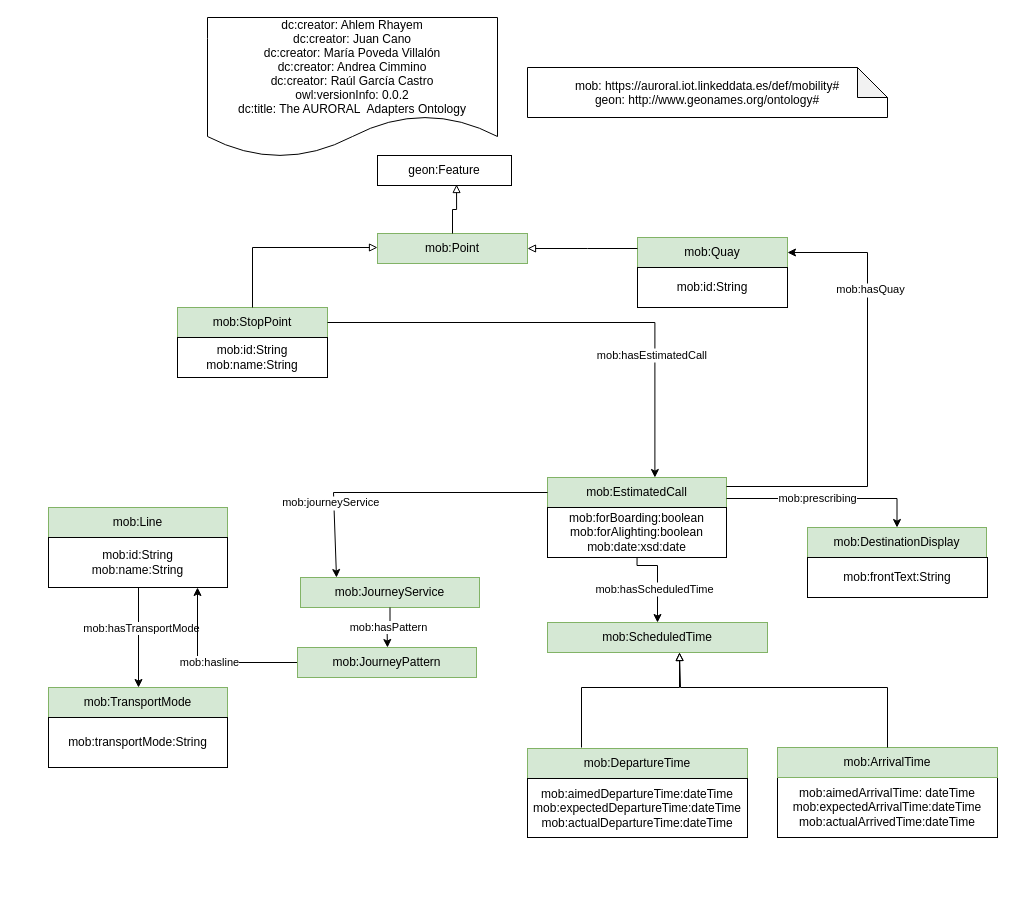
Above: Diagram/mobility.drawio in oeg-upm/auroral-mobility-Ontology (draw.io), before the change. Source tidied: cells renumbered, new cells numbered last; positions are measured from the earlier drawing's top-left corner, leaving out a move shared by most shapes. Both pictures are drawn from the tidied source at 100%, with x=0, y=0 at pixel (48, 17).
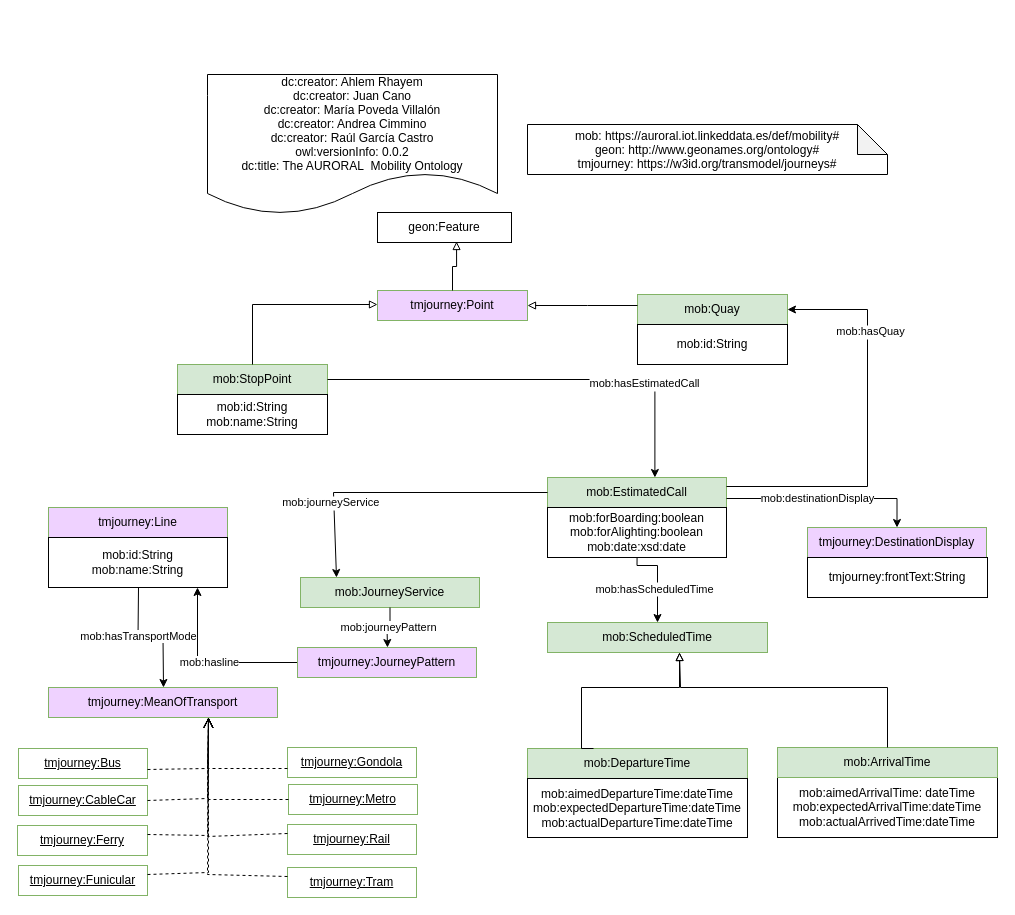
Above is the later version.

The change refers to these unchanged cells:
```xml
<mxCell id="4" value="mob:EstimatedCall" style="rounded=0;whiteSpace=wrap;html=1;snapToPoint=1;points=[[0.1,0],[0.2,0],[0.3,0],[0.4,0],[0.5,0],[0.6,0],[0.7,0],[0.8,0],[0.9,0],[0,0.1],[0,0.3],[0,0.5],[0,0.7],[0,0.9],[0.1,1],[0.2,1],[0.3,1],[0.4,1],[0.5,1],[0.6,1],[0.7,1],[0.8,1],[0.9,1],[1,0.1],[1,0.3],[1,0.5],[1,0.7],[1,0.9]];fillColor=#d5e8d4;strokeColor=#82b366;" parent="1" vertex="1">
  <mxGeometry x="499" y="460" width="179" height="30" as="geometry" />
</mxCell>
<mxCell id="8" value="mob:ScheduledTime" style="rounded=0;whiteSpace=wrap;html=1;snapToPoint=1;points=[[0.1,0],[0.2,0],[0.3,0],[0.4,0],[0.5,0],[0.6,0],[0.7,0],[0.8,0],[0.9,0],[0,0.1],[0,0.3],[0,0.5],[0,0.7],[0,0.9],[0.1,1],[0.2,1],[0.3,1],[0.4,1],[0.5,1],[0.6,1],[0.7,1],[0.8,1],[0.9,1],[1,0.1],[1,0.3],[1,0.5],[1,0.7],[1,0.9]];fillColor=#d5e8d4;strokeColor=#82b366;" parent="1" vertex="1">
  <mxGeometry x="499" y="605" width="220" height="30" as="geometry" />
</mxCell>
<mxCell id="19" style="edgeStyle=orthogonalEdgeStyle;rounded=0;jettySize=auto;html=1;entryX=0.5;entryY=0;entryDx=0;entryDy=0;exitX=1;exitY=0.7;exitDx=0;exitDy=0;" parent="1" edge="1" source="4" target="33">
  <mxGeometry relative="1" as="geometry">
    <Array as="points">
      <mxPoint x="849" y="481" />
    </Array>
  </mxGeometry>
</mxCell>
<mxCell id="32" value="mob:JourneyService" style="rounded=0;whiteSpace=wrap;html=1;snapToPoint=1;points=[[0.1,0],[0.2,0],[0.3,0],[0.4,0],[0.5,0],[0.6,0],[0.7,0],[0.8,0],[0.9,0],[0,0.1],[0,0.3],[0,0.5],[0,0.7],[0,0.9],[0.1,1],[0.2,1],[0.3,1],[0.4,1],[0.5,1],[0.6,1],[0.7,1],[0.8,1],[0.9,1],[1,0.1],[1,0.3],[1,0.5],[1,0.7],[1,0.9]];fillColor=#d5e8d4;strokeColor=#82b366;" parent="1" vertex="1">
  <mxGeometry x="252" y="560" width="179" height="30" as="geometry" />
</mxCell>
<mxCell id="39" value="mob:DepartureTime" style="rounded=0;whiteSpace=wrap;html=1;snapToPoint=1;points=[[0.1,0],[0.2,0],[0.3,0],[0.4,0],[0.5,0],[0.6,0],[0.7,0],[0.8,0],[0.9,0],[0,0.1],[0,0.3],[0,0.5],[0,0.7],[0,0.9],[0.1,1],[0.2,1],[0.3,1],[0.4,1],[0.5,1],[0.6,1],[0.7,1],[0.8,1],[0.9,1],[1,0.1],[1,0.3],[1,0.5],[1,0.7],[1,0.9]];fillColor=#d5e8d4;strokeColor=#82b366;" parent="1" vertex="1">
  <mxGeometry x="479" y="731" width="220" height="30" as="geometry" />
</mxCell>
```

Change to the diagram source:
```diff
@@
-    <mxCell id="2" value="dc:creator: Ahlem Rhayem&#10;dc:creator: Juan Cano&#10;dc:creator: María Poveda Villalón&#10;dc:creator: Andrea Cimmino&#10;dc:creator: Raúl García Castro&#10;owl:versionInfo: 0.0.2&#10;dc:title: The AURORAL  Adapters Ontology" style="shape=document;boundedLbl=1;" parent="1" vertex="1">
-      <mxGeometry x="159" width="290" height="140" as="geometry" />
+    <mxCell id="2" value="dc:creator: Ahlem Rhayem&#10;dc:creator: Juan Cano&#10;dc:creator: María Poveda Villalón&#10;dc:creator: Andrea Cimmino&#10;dc:creator: Raúl García Castro&#10;owl:versionInfo: 0.0.2&#10;dc:title: The AURORAL  Mobility Ontology" style="shape=document;boundedLbl=1;" parent="1" vertex="1">
+      <mxGeometry x="159" y="57" width="290" height="140" as="geometry" />
     </mxCell>
-    <mxCell id="3" value="&#10;mob: https://auroral.iot.linkeddata.es/def/mobility#&#10;geon: http://www.geonames.org/ontology#&#10;" style="shape=note;backgroundOutline=1;darkOpacity=0.05;" parent="1" vertex="1">
-      <mxGeometry x="479" y="50" width="360" height="50" as="geometry" />
+    <mxCell id="3" value="&#10;mob: https://auroral.iot.linkeddata.es/def/mobility#&#10;geon: http://www.geonames.org/ontology#&#10;tmjourney: https://w3id.org/transmodel/journeys#&#10;" style="shape=note;backgroundOutline=1;darkOpacity=0.05;" parent="1" vertex="1">
+      <mxGeometry x="479" y="107" width="360" height="50" as="geometry" />
     </mxCell>
@@
     <mxCell id="5" value="mob:StopPoint" style="rounded=0;whiteSpace=wrap;html=1;fillColor=#d5e8d4;strokeColor=#82b366;" parent="1" vertex="1">
-      <mxGeometry x="129" y="290" width="150" height="30" as="geometry" />
+      <mxGeometry x="129" y="347" width="150" height="30" as="geometry" />
     </mxCell>
     <mxCell id="6" value="mob:id:String&lt;br&gt;mob:name:String" style="rounded=0;whiteSpace=wrap;html=1;" parent="1" vertex="1">
-      <mxGeometry x="129" y="320" width="150" height="40" as="geometry" />
+      <mxGeometry x="129" y="377" width="150" height="40" as="geometry" />
     </mxCell>
     <mxCell id="7" value="geon:Feature" style="rounded=0;whiteSpace=wrap;html=1;" parent="1" vertex="1">
-      <mxGeometry x="329" y="138" width="134" height="30" as="geometry" />
+      <mxGeometry x="329" y="195" width="134" height="30" as="geometry" />
     </mxCell>
@@
-    <mxCell id="12" value="mob:Line" style="rounded=0;whiteSpace=wrap;html=1;fillColor=#d5e8d4;strokeColor=#82b366;" parent="1" vertex="1">
+    <mxCell id="12" value="tmjourney:Line" style="rounded=0;whiteSpace=wrap;html=1;fillColor=#EFD2FF;strokeColor=#82b366;" parent="1" vertex="1">
       <mxGeometry y="490" width="179" height="30" as="geometry" />
     </mxCell>
@@
-    <mxCell id="17" value="mob:JourneyPattern" style="rounded=0;whiteSpace=wrap;html=1;snapToPoint=1;points=[[0.1,0],[0.2,0],[0.3,0],[0.4,0],[0.5,0],[0.6,0],[0.7,0],[0.8,0],[0.9,0],[0,0.1],[0,0.3],[0,0.5],[0,0.7],[0,0.9],[0.1,1],[0.2,1],[0.3,1],[0.4,1],[0.5,1],[0.6,1],[0.7,1],[0.8,1],[0.9,1],[1,0.1],[1,0.3],[1,0.5],[1,0.7],[1,0.9]];fillColor=#d5e8d4;strokeColor=#82b366;" parent="1" vertex="1">
+    <mxCell id="17" value="tmjourney:JourneyPattern" style="rounded=0;whiteSpace=wrap;html=1;snapToPoint=1;points=[[0.1,0],[0.2,0],[0.3,0],[0.4,0],[0.5,0],[0.6,0],[0.7,0],[0.8,0],[0.9,0],[0,0.1],[0,0.3],[0,0.5],[0,0.7],[0,0.9],[0.1,1],[0.2,1],[0.3,1],[0.4,1],[0.5,1],[0.6,1],[0.7,1],[0.8,1],[0.9,1],[1,0.1],[1,0.3],[1,0.5],[1,0.7],[1,0.9]];fillColor=#EFD2FF;strokeColor=#82b366;" parent="1" vertex="1">
       <mxGeometry x="249" y="630" width="179" height="30" as="geometry" />
     </mxCell>
@@
-    <mxCell id="20" value="mob:prescribing" style="edgeLabel;html=1;align=center;verticalAlign=middle;" parent="19" vertex="1">
+    <mxCell id="20" value="mob:destinationDisplay" style="edgeLabel;html=1;align=center;verticalAlign=middle;" parent="19" vertex="1">
       <mxGeometry x="-0.1" y="1" relative="1" as="geometry" />
     </mxCell>
-    <mxCell id="21" value="mob:Point" style="rounded=0;whiteSpace=wrap;html=1;fillColor=#d5e8d4;strokeColor=#82b366;" parent="1" vertex="1">
-      <mxGeometry x="329" y="216" width="150" height="30" as="geometry" />
+    <mxCell id="21" value="tmjourney:Point" style="rounded=0;whiteSpace=wrap;html=1;fillColor=#EFD2FF;strokeColor=#82b366;" parent="1" vertex="1">
+      <mxGeometry x="329" y="273" width="150" height="30" as="geometry" />
     </mxCell>
     <mxCell id="22" value="mob:Quay" style="rounded=0;whiteSpace=wrap;html=1;fillColor=#d5e8d4;strokeColor=#82b366;" parent="1" vertex="1">
-      <mxGeometry x="589" y="220" width="150" height="30" as="geometry" />
+      <mxGeometry x="589" y="277" width="150" height="30" as="geometry" />
     </mxCell>
     <mxCell id="23" style="edgeStyle=orthogonalEdgeStyle;rounded=0;jettySize=auto;html=1;fontSize=11;endArrow=block;endFill=0;" parent="1" edge="1" source="5" target="21">
       <mxGeometry relative="1" as="geometry">
         <Array as="points">
-          <mxPoint x="380" y="230" />
-          <mxPoint x="380" y="230" />
+          <mxPoint x="380" y="287" />
+          <mxPoint x="380" y="287" />
         </Array>
       </mxGeometry>
     </mxCell>
     <mxCell id="24" style="edgeStyle=orthogonalEdgeStyle;rounded=0;jettySize=auto;html=1;fontSize=11;endArrow=block;endFill=0;" parent="1" edge="1" source="22" target="21">
       <mxGeometry relative="1" as="geometry">
         <Array as="points">
-          <mxPoint x="539" y="231" />
-          <mxPoint x="539" y="231" />
+          <mxPoint x="539" y="288" />
+          <mxPoint x="539" y="288" />
         </Array>
       </mxGeometry>
     </mxCell>
@@
     <mxCell id="26" style="edgeStyle=orthogonalEdgeStyle;rounded=0;jettySize=auto;html=1;fontSize=11;endArrow=classic;endFill=1;entryX=0.6;entryY=0;entryDx=0;entryDy=0;" parent="1" edge="1" source="5" target="4">
       <mxGeometry relative="1" as="geometry">
         <Array as="points">
-          <mxPoint x="606" y="305" />
+          <mxPoint x="606" y="362" />
         </Array>
       </mxGeometry>
     </mxCell>
@@
     <mxCell id="28" style="edgeStyle=orthogonalEdgeStyle;rounded=0;jettySize=auto;html=1;fontSize=11;endArrow=classic;endFill=1;entryX=1;entryY=0.5;entryDx=0;entryDy=0;exitX=1;exitY=0.3;exitDx=0;exitDy=0;" parent="1" edge="1" source="4" target="22">
       <mxGeometry relative="1" as="geometry">
         <Array as="points">
           <mxPoint x="819" y="469" />
-          <mxPoint x="819" y="235" />
+          <mxPoint x="819" y="292" />
         </Array>
       </mxGeometry>
     </mxCell>
@@
-    <mxCell id="33" value="mob:DestinationDisplay" style="rounded=0;whiteSpace=wrap;html=1;snapToPoint=1;points=[[0.1,0],[0.2,0],[0.3,0],[0.4,0],[0.5,0],[0.6,0],[0.7,0],[0.8,0],[0.9,0],[0,0.1],[0,0.3],[0,0.5],[0,0.7],[0,0.9],[0.1,1],[0.2,1],[0.3,1],[0.4,1],[0.5,1],[0.6,1],[0.7,1],[0.8,1],[0.9,1],[1,0.1],[1,0.3],[1,0.5],[1,0.7],[1,0.9]];fillColor=#d5e8d4;strokeColor=#82b366;" parent="1" vertex="1">
+    <mxCell id="33" value="tmjourney:DestinationDisplay" style="rounded=0;whiteSpace=wrap;html=1;snapToPoint=1;points=[[0.1,0],[0.2,0],[0.3,0],[0.4,0],[0.5,0],[0.6,0],[0.7,0],[0.8,0],[0.9,0],[0,0.1],[0,0.3],[0,0.5],[0,0.7],[0,0.9],[0.1,1],[0.2,1],[0.3,1],[0.4,1],[0.5,1],[0.6,1],[0.7,1],[0.8,1],[0.9,1],[1,0.1],[1,0.3],[1,0.5],[1,0.7],[1,0.9]];fillColor=#EFD2FF;strokeColor=#82b366;" parent="1" vertex="1">
       <mxGeometry x="759" y="510" width="179" height="30" as="geometry" />
     </mxCell>
-    <mxCell id="34" value="mob:frontText:String" style="rounded=0;whiteSpace=wrap;html=1;" parent="1" vertex="1">
+    <mxCell id="34" value="tmjourney:frontText:String" style="rounded=0;whiteSpace=wrap;html=1;" parent="1" vertex="1">
       <mxGeometry x="759" y="540" width="180" height="40" as="geometry" />
     </mxCell>
-    <mxCell id="35" value="mob:hasPattern" style="edgeStyle=orthogonalEdgeStyle;rounded=0;jettySize=auto;html=1;exitX=0.5;exitY=1;exitDx=0;exitDy=0;" parent="1" edge="1" source="32" target="17">
+    <mxCell id="35" value="mob:journeyPattern" style="edgeStyle=orthogonalEdgeStyle;rounded=0;jettySize=auto;html=1;exitX=0.5;exitY=1;exitDx=0;exitDy=0;" parent="1" edge="1" source="32" target="17">
       <mxGeometry relative="1" as="geometry" />
     </mxCell>
-    <mxCell id="36" value="mob:TransportMode" style="rounded=0;whiteSpace=wrap;html=1;snapToPoint=1;points=[[0.1,0],[0.2,0],[0.3,0],[0.4,0],[0.5,0],[0.6,0],[0.7,0],[0.8,0],[0.9,0],[0,0.1],[0,0.3],[0,0.5],[0,0.7],[0,0.9],[0.1,1],[0.2,1],[0.3,1],[0.4,1],[0.5,1],[0.6,1],[0.7,1],[0.8,1],[0.9,1],[1,0.1],[1,0.3],[1,0.5],[1,0.7],[1,0.9]];fillColor=#d5e8d4;strokeColor=#82b366;" parent="1" vertex="1">
-      <mxGeometry y="670" width="179" height="30" as="geometry" />
+    <mxCell id="36" value="tmjourney:MeanOfTransport" style="rounded=0;whiteSpace=wrap;html=1;snapToPoint=1;points=[[0.1,0],[0.2,0],[0.3,0],[0.4,0],[0.5,0],[0.6,0],[0.7,0],[0.8,0],[0.9,0],[0,0.1],[0,0.3],[0,0.5],[0,0.7],[0,0.9],[0.1,1],[0.2,1],[0.3,1],[0.4,1],[0.5,1],[0.6,1],[0.7,1],[0.8,1],[0.9,1],[1,0.1],[1,0.3],[1,0.5],[1,0.7],[1,0.9]];fillColor=#EFD2FF;strokeColor=#82b366;" parent="1" vertex="1">
+      <mxGeometry y="670" width="229" height="30" as="geometry" />
     </mxCell>
     <mxCell id="37" value="mob:id:String" style="rounded=0;whiteSpace=wrap;html=1;" parent="1" vertex="1">
-      <mxGeometry x="589" y="250" width="150" height="40" as="geometry" />
+      <mxGeometry x="589" y="307" width="150" height="40" as="geometry" />
     </mxCell>
@@
-    <mxCell id="41" style="edgeStyle=orthogonalEdgeStyle;rounded=0;jettySize=auto;html=1;fontSize=11;endArrow=block;endFill=0;entryX=0.6;entryY=1;entryDx=0;entryDy=0;" parent="1" edge="1" target="8">
+    <mxCell id="41" style="edgeStyle=orthogonalEdgeStyle;rounded=0;jettySize=auto;html=1;fontSize=11;endArrow=block;endFill=0;entryX=0.6;entryY=1;entryDx=0;entryDy=0;exitX=0.3;exitY=0;exitDx=0;exitDy=0;" parent="1" edge="1" source="39" target="8">
       <mxGeometry relative="1" as="geometry">
-        <mxPoint x="533" y="730" as="sourcePoint" />
         <Array as="points">
+          <mxPoint x="533" y="731" />
           <mxPoint x="533" y="670" />
           <mxPoint x="631" y="670" />
         </Array>
       </mxGeometry>
     </mxCell>
@@
-    <mxCell id="43" value="mob:transportMode:String&lt;br&gt;" style="rounded=0;whiteSpace=wrap;html=1;" parent="1" vertex="1">
-      <mxGeometry y="700" width="179" height="50" as="geometry" />
-    </mxCell>
+    <mxCell id="44" value="&lt;u&gt;tmjourney:Bus&lt;/u&gt;" style="rounded=0;whiteSpace=wrap;html=1;snapToPoint=1;points=[[0.1,0],[0.2,0],[0.3,0],[0.4,0],[0.5,0],[0.6,0],[0.7,0],[0.8,0],[0.9,0],[0,0.1],[0,0.3],[0,0.5],[0,0.7],[0,0.9],[0.1,1],[0.2,1],[0.3,1],[0.4,1],[0.5,1],[0.6,1],[0.7,1],[0.8,1],[0.9,1],[1,0.1],[1,0.3],[1,0.5],[1,0.7],[1,0.9]];fillColor=#FFFFFF;strokeColor=#82b366;" parent="1" vertex="1">
+      <mxGeometry x="-30" y="731" width="129" height="30" as="geometry" />
+    </mxCell>
+    <mxCell id="45" value="&lt;u&gt;tmjourney:CableCar&lt;/u&gt;" style="rounded=0;whiteSpace=wrap;html=1;snapToPoint=1;points=[[0.1,0],[0.2,0],[0.3,0],[0.4,0],[0.5,0],[0.6,0],[0.7,0],[0.8,0],[0.9,0],[0,0.1],[0,0.3],[0,0.5],[0,0.7],[0,0.9],[0.1,1],[0.2,1],[0.3,1],[0.4,1],[0.5,1],[0.6,1],[0.7,1],[0.8,1],[0.9,1],[1,0.1],[1,0.3],[1,0.5],[1,0.7],[1,0.9]];fillColor=#FFFFFF;strokeColor=#82b366;" parent="1" vertex="1">
+      <mxGeometry x="-30" y="768" width="129" height="30" as="geometry" />
+    </mxCell>
+    <mxCell id="46" value="&lt;u&gt;tmjourney:Ferry&lt;/u&gt;" style="rounded=0;whiteSpace=wrap;html=1;snapToPoint=1;points=[[0.1,0],[0.2,0],[0.3,0],[0.4,0],[0.5,0],[0.6,0],[0.7,0],[0.8,0],[0.9,0],[0,0.1],[0,0.3],[0,0.5],[0,0.7],[0,0.9],[0.1,1],[0.2,1],[0.3,1],[0.4,1],[0.5,1],[0.6,1],[0.7,1],[0.8,1],[0.9,1],[1,0.1],[1,0.3],[1,0.5],[1,0.7],[1,0.9]];fillColor=#FFFFFF;strokeColor=#82b366;" parent="1" vertex="1">
+      <mxGeometry x="-31" y="808" width="130" height="30" as="geometry" />
+    </mxCell>
+    <mxCell id="47" value="&lt;u&gt;tmjourney:Funicular&lt;/u&gt;" style="rounded=0;whiteSpace=wrap;html=1;snapToPoint=1;points=[[0.1,0],[0.2,0],[0.3,0],[0.4,0],[0.5,0],[0.6,0],[0.7,0],[0.8,0],[0.9,0],[0,0.1],[0,0.3],[0,0.5],[0,0.7],[0,0.9],[0.1,1],[0.2,1],[0.3,1],[0.4,1],[0.5,1],[0.6,1],[0.7,1],[0.8,1],[0.9,1],[1,0.1],[1,0.3],[1,0.5],[1,0.7],[1,0.9]];fillColor=#FFFFFF;strokeColor=#82b366;" parent="1" vertex="1">
+      <mxGeometry x="-30" y="848" width="129" height="30" as="geometry" />
+    </mxCell>
+    <mxCell id="48" value="&lt;u&gt;tmjourney:Gondola&lt;/u&gt;" style="rounded=0;whiteSpace=wrap;html=1;snapToPoint=1;points=[[0.1,0],[0.2,0],[0.3,0],[0.4,0],[0.5,0],[0.6,0],[0.7,0],[0.8,0],[0.9,0],[0,0.1],[0,0.3],[0,0.5],[0,0.7],[0,0.9],[0.1,1],[0.2,1],[0.3,1],[0.4,1],[0.5,1],[0.6,1],[0.7,1],[0.8,1],[0.9,1],[1,0.1],[1,0.3],[1,0.5],[1,0.7],[1,0.9]];fillColor=#FFFFFF;strokeColor=#82b366;" parent="1" vertex="1">
+      <mxGeometry x="239" y="730" width="129" height="30" as="geometry" />
+    </mxCell>
+    <mxCell id="49" value="&lt;u&gt;tmjourney:Metro&lt;/u&gt;" style="rounded=0;whiteSpace=wrap;html=1;snapToPoint=1;points=[[0.1,0],[0.2,0],[0.3,0],[0.4,0],[0.5,0],[0.6,0],[0.7,0],[0.8,0],[0.9,0],[0,0.1],[0,0.3],[0,0.5],[0,0.7],[0,0.9],[0.1,1],[0.2,1],[0.3,1],[0.4,1],[0.5,1],[0.6,1],[0.7,1],[0.8,1],[0.9,1],[1,0.1],[1,0.3],[1,0.5],[1,0.7],[1,0.9]];fillColor=#FFFFFF;strokeColor=#82b366;" parent="1" vertex="1">
+      <mxGeometry x="240" y="767" width="129" height="30" as="geometry" />
+    </mxCell>
+    <mxCell id="50" value="&lt;u&gt;tmjourney:Rail&lt;/u&gt;" style="rounded=0;whiteSpace=wrap;html=1;snapToPoint=1;points=[[0.1,0],[0.2,0],[0.3,0],[0.4,0],[0.5,0],[0.6,0],[0.7,0],[0.8,0],[0.9,0],[0,0.1],[0,0.3],[0,0.5],[0,0.7],[0,0.9],[0.1,1],[0.2,1],[0.3,1],[0.4,1],[0.5,1],[0.6,1],[0.7,1],[0.8,1],[0.9,1],[1,0.1],[1,0.3],[1,0.5],[1,0.7],[1,0.9]];fillColor=#FFFFFF;strokeColor=#82b366;" parent="1" vertex="1">
+      <mxGeometry x="239" y="807" width="129" height="30" as="geometry" />
+    </mxCell>
+    <mxCell id="51" value="&lt;u&gt;tmjourney:Tram&lt;/u&gt;" style="rounded=0;whiteSpace=wrap;html=1;snapToPoint=1;points=[[0.1,0],[0.2,0],[0.3,0],[0.4,0],[0.5,0],[0.6,0],[0.7,0],[0.8,0],[0.9,0],[0,0.1],[0,0.3],[0,0.5],[0,0.7],[0,0.9],[0.1,1],[0.2,1],[0.3,1],[0.4,1],[0.5,1],[0.6,1],[0.7,1],[0.8,1],[0.9,1],[1,0.1],[1,0.3],[1,0.5],[1,0.7],[1,0.9]];fillColor=#FFFFFF;strokeColor=#82b366;" parent="1" vertex="1">
+      <mxGeometry x="239" y="850" width="129" height="30" as="geometry" />
+    </mxCell>
+    <mxCell id="52" style="endArrow=open;html=1;fontColor=#000099;endFill=0;dashed=1;endSize=8;exitX=0;exitY=0.7;exitDx=0;exitDy=0;edgeStyle=orthogonalEdgeStyle;arcSize=0;" parent="1" edge="1" source="48" target="36">
+      <mxGeometry relative="1" as="geometry">
+        <Array as="points">
+          <mxPoint x="159" y="751" />
+        </Array>
+      </mxGeometry>
+    </mxCell>
+    <mxCell id="53" style="endArrow=open;html=1;fontColor=#000099;endFill=0;dashed=1;endSize=8;edgeStyle=orthogonalEdgeStyle;arcSize=0;" parent="1" edge="1" source="51" target="36">
+      <mxGeometry relative="1" as="geometry">
+        <Array as="points">
+          <mxPoint x="159" y="857" />
+        </Array>
+      </mxGeometry>
+    </mxCell>
+    <mxCell id="54" style="endArrow=open;html=1;fontColor=#000099;endFill=0;dashed=1;endSize=8;edgeStyle=orthogonalEdgeStyle;arcSize=0;" parent="1" edge="1" source="50" target="36">
+      <mxGeometry relative="1" as="geometry">
+        <Array as="points">
+          <mxPoint x="159" y="819" />
+        </Array>
+      </mxGeometry>
+    </mxCell>
+    <mxCell id="55" style="endArrow=open;html=1;fontColor=#000099;endFill=0;dashed=1;endSize=8;edgeStyle=orthogonalEdgeStyle;arcSize=0;" parent="1" edge="1" source="49" target="36">
+      <mxGeometry relative="1" as="geometry">
+        <Array as="points">
+          <mxPoint x="159" y="782" />
+        </Array>
+      </mxGeometry>
+    </mxCell>
+    <mxCell id="56" style="endArrow=open;html=1;fontColor=#000099;endFill=0;dashed=1;endSize=8;edgeStyle=orthogonalEdgeStyle;arcSize=0;" parent="1" edge="1" source="44" target="36">
+      <mxGeometry relative="1" as="geometry">
+        <Array as="points">
+          <mxPoint x="159" y="751" />
+        </Array>
+      </mxGeometry>
+    </mxCell>
+    <mxCell id="57" style="endArrow=open;html=1;fontColor=#000099;endFill=0;dashed=1;endSize=8;edgeStyle=orthogonalEdgeStyle;arcSize=0;" parent="1" edge="1" source="45" target="36">
+      <mxGeometry relative="1" as="geometry">
+        <Array as="points">
+          <mxPoint x="159" y="781" />
+        </Array>
+      </mxGeometry>
+    </mxCell>
+    <mxCell id="58" style="endArrow=open;html=1;fontColor=#000099;endFill=0;dashed=1;endSize=8;edgeStyle=orthogonalEdgeStyle;arcSize=0;" parent="1" edge="1" source="46" target="36">
+      <mxGeometry relative="1" as="geometry">
+        <Array as="points">
+          <mxPoint x="160" y="818" />
+        </Array>
+      </mxGeometry>
+    </mxCell>
+    <mxCell id="59" style="endArrow=open;html=1;fontColor=#000099;endFill=0;dashed=1;endSize=8;edgeStyle=orthogonalEdgeStyle;arcSize=0;" parent="1" edge="1" source="47" target="36">
+      <mxGeometry relative="1" as="geometry">
+        <Array as="points">
+          <mxPoint x="160" y="855" />
+        </Array>
+      </mxGeometry>
+    </mxCell>
```
